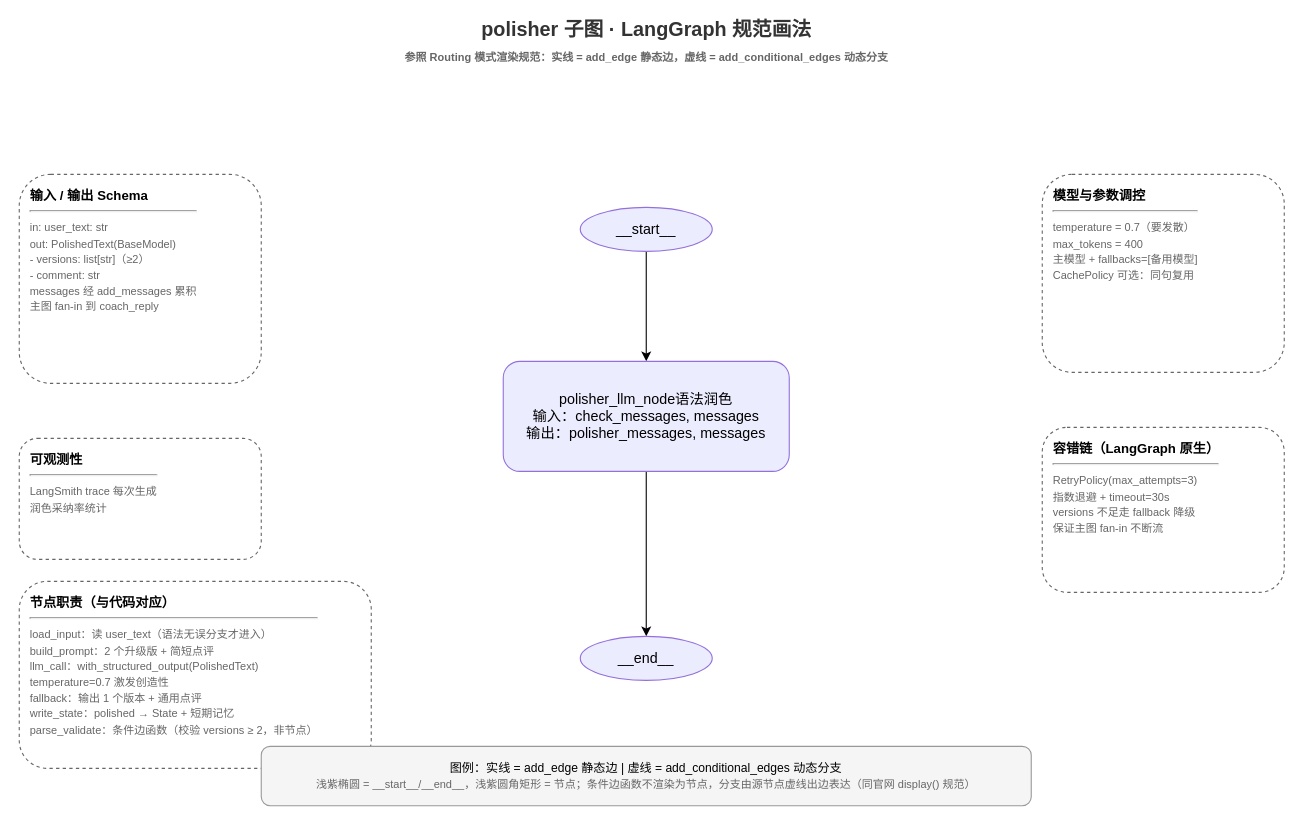
Earlier version of the draw.io diagram backend/src/talk_agent/document/polisher_subgraph.drawio (Ekko306/dialog-ai). Source tidied: cells renumbered, new cells numbered last; positions are measured from the earlier drawing's top-left corner, leaving out a move shared by most shapes. Both pictures are drawn from the tidied source at 110%, with x=0, y=0 at pixel (19, 20).
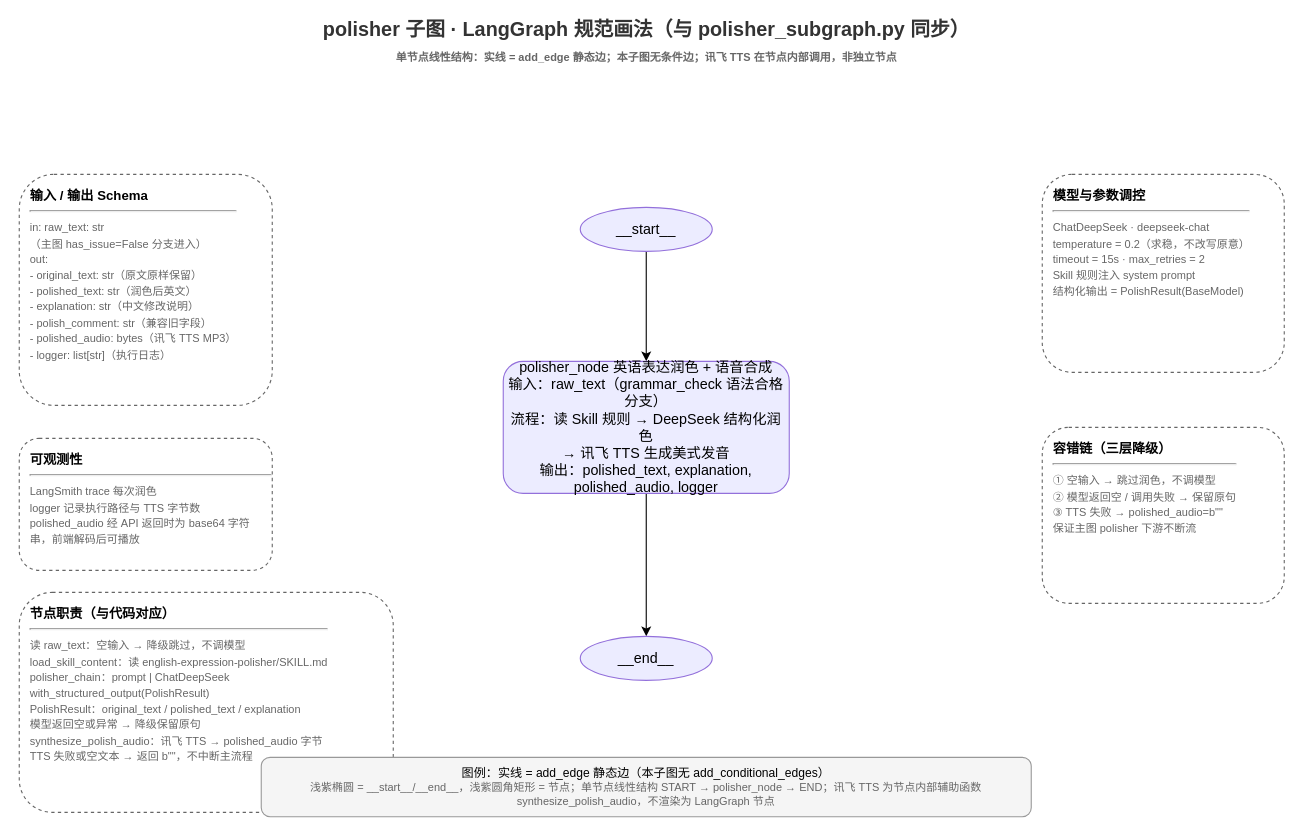
The same page after the edit.

Commit message:
docs: polisher 子图流程图同步代码（单节点+讯飞TTS语音输出）

What changed in the source:
```diff
@@
 <mxGraphModel background="#FFFFFF">
   <root>
     <mxCell id="0" />
     <mxCell id="1" parent="0" />
-    <mxCell id="2" value="polisher 子图 · LangGraph 规范画法&lt;br&gt;&lt;font style=&quot;font-size:10px&quot; color=&quot;#666666&quot;&gt;参照 Routing 模式渲染规范：实线 = add_edge 静态边，虚线 = add_conditional_edges 动态分支&lt;/font&gt;" style="text;html=1;align=center;verticalAlign=middle;fontSize=18;fontStyle=1;fontColor=#333333;" parent="1" vertex="1">
+    <mxCell id="2" value="polisher 子图 · LangGraph 规范画法（与 polisher_subgraph.py 同步）&lt;br&gt;&lt;font style=&quot;font-size:10px&quot; color=&quot;#666666&quot;&gt;单节点线性结构：实线 = add_edge 静态边；本子图无条件边；讯飞 TTS 在节点内部调用，非独立节点&lt;/font&gt;" style="text;html=1;align=center;verticalAlign=middle;fontSize=18;fontStyle=1;fontColor=#333333;" parent="1" vertex="1">
       <mxGeometry x="290" width="560" height="40" as="geometry" />
     </mxCell>
-    <mxCell id="3" style="edgeStyle=none;html=1;entryX=0.5;entryY=0;entryDx=0;entryDy=0;" parent="1" edge="1" source="4" target="6">
+    <mxCell id="3" style="edgeStyle=none;html=1;entryX=0.5;entryY=0;entryDx=0;entryDy=0;" parent="1" edge="1" source="4" target="14">
       <mxGeometry relative="1" as="geometry" />
     </mxCell>
     <mxCell id="4" value="__start__" style="ellipse;whiteSpace=wrap;html=1;fillColor=#ECECFF;strokeColor=#9370DB;fontSize=13;" parent="1" vertex="1">
       <mxGeometry x="510" y="170" width="120" height="40" as="geometry" />
     </mxCell>
-    <mxCell id="5" style="edgeStyle=none;html=1;entryX=0.5;entryY=0;entryDx=0;entryDy=0;" parent="1" edge="1" source="6" target="7">
+    <mxCell id="5" style="edgeStyle=none;html=1;entryX=0.5;entryY=0;entryDx=0;entryDy=0;" parent="1" edge="1" source="14" target="7">
       <mxGeometry relative="1" as="geometry" />
     </mxCell>
-    <mxCell id="6" value="polisher_llm_node语法润色&lt;br&gt;输入：check_messages, messages&lt;br&gt;输出：polisher_messages, messages" style="rounded=1;whiteSpace=wrap;html=1;fillColor=#ECECFF;strokeColor=#9370DB;fontSize=13;" parent="1" vertex="1">
-      <mxGeometry x="440" y="310" width="260" height="100" as="geometry" />
-    </mxCell>
+    <mxCell id="14" value="polisher_node 英语表达润色 + 语音合成&lt;br&gt;输入：raw_text（grammar_check 语法合格分支）&lt;br&gt;流程：读 Skill 规则 → DeepSeek 结构化润色&lt;br&gt;→ 讯飞 TTS 生成美式发音&lt;br&gt;输出：polished_text, explanation, polished_audio, logger" style="rounded=1;whiteSpace=wrap;html=1;fillColor=#ECECFF;strokeColor=#9370DB;fontSize=13;" parent="1" vertex="1">
+      <mxGeometry x="440" y="310" width="260" height="120" as="geometry" />
+    </mxCell>
     <mxCell id="7" value="__end__" style="ellipse;whiteSpace=wrap;html=1;fillColor=#ECECFF;strokeColor=#9370DB;fontSize=13;" parent="1" vertex="1">
       <mxGeometry x="510" y="560" width="120" height="40" as="geometry" />
     </mxCell>
-    <mxCell id="8" value="&lt;b&gt;输入 / 输出 Schema&lt;/b&gt;&lt;hr&gt;&lt;font style=&quot;font-size:10px&quot; color=&quot;#666666&quot;&gt;in: user_text: str&lt;br&gt;out: PolishedText(BaseModel)&lt;br&gt;- versions: list[str]（≥2）&lt;br&gt;- comment: str&lt;br&gt;messages 经 add_messages 累积&lt;br&gt;主图 fan-in 到 coach_reply&lt;/font&gt;" style="rounded=1;whiteSpace=wrap;html=1;dashed=1;fillColor=none;strokeColor=#666666;align=left;verticalAlign=top;fontSize=12;spacingLeft=8;spacingTop=6;" parent="1" vertex="1">
-      <mxGeometry y="140" width="220" height="190" as="geometry" />
+    <mxCell id="8" value="&lt;b&gt;输入 / 输出 Schema&lt;/b&gt;&lt;hr&gt;&lt;font style=&quot;font-size:10px&quot; color=&quot;#666666&quot;&gt;in: raw_text: str&lt;br&gt;（主图 has_issue=False 分支进入）&lt;br&gt;out:&lt;br&gt;- original_text: str（原文原样保留）&lt;br&gt;- polished_text: str（润色后英文）&lt;br&gt;- explanation: str（中文修改说明）&lt;br&gt;- polish_comment: str（兼容旧字段）&lt;br&gt;- polished_audio: bytes（讯飞 TTS MP3）&lt;br&gt;- logger: list[str]（执行日志）&lt;/font&gt;" style="rounded=1;whiteSpace=wrap;html=1;dashed=1;fillColor=none;strokeColor=#666666;align=left;verticalAlign=top;fontSize=12;spacingLeft=8;spacingTop=6;" parent="1" vertex="1">
+      <mxGeometry y="140" width="230" height="210" as="geometry" />
     </mxCell>
-    <mxCell id="9" value="&lt;b&gt;可观测性&lt;/b&gt;&lt;hr&gt;&lt;font style=&quot;font-size:10px&quot; color=&quot;#666666&quot;&gt;LangSmith trace 每次生成&lt;br&gt;润色采纳率统计&lt;/font&gt;" style="rounded=1;whiteSpace=wrap;html=1;dashed=1;fillColor=none;strokeColor=#666666;align=left;verticalAlign=top;fontSize=12;spacingLeft=8;spacingTop=6;" parent="1" vertex="1">
-      <mxGeometry y="380" width="220" height="110" as="geometry" />
+    <mxCell id="9" value="&lt;b&gt;可观测性&lt;/b&gt;&lt;hr&gt;&lt;font style=&quot;font-size:10px&quot; color=&quot;#666666&quot;&gt;LangSmith trace 每次润色&lt;br&gt;logger 记录执行路径与 TTS 字节数&lt;br&gt;polished_audio 经 API 返回时为 base64 字符串，前端解码后可播放&lt;/font&gt;" style="rounded=1;whiteSpace=wrap;html=1;dashed=1;fillColor=none;strokeColor=#666666;align=left;verticalAlign=top;fontSize=12;spacingLeft=8;spacingTop=6;" parent="1" vertex="1">
+      <mxGeometry y="380" width="230" height="120" as="geometry" />
     </mxCell>
-    <mxCell id="10" value="&lt;b&gt;节点职责（与代码对应）&lt;/b&gt;&lt;hr&gt;&lt;font style=&quot;font-size:10px&quot; color=&quot;#666666&quot;&gt;load_input：读 user_text（语法无误分支才进入）&lt;br&gt;build_prompt：2 个升级版 + 简短点评&lt;br&gt;llm_call：with_structured_output(PolishedText)&lt;br&gt;temperature=0.7 激发创造性&lt;br&gt;fallback：输出 1 个版本 + 通用点评&lt;br&gt;write_state：polished → State + 短期记忆&lt;br&gt;parse_validate：条件边函数（校验 versions ≥ 2，非节点）&lt;/font&gt;" style="rounded=1;whiteSpace=wrap;html=1;dashed=1;fillColor=none;strokeColor=#666666;align=left;verticalAlign=top;fontSize=12;spacingLeft=8;spacingTop=6;" parent="1" vertex="1">
-      <mxGeometry y="510" width="320" height="170" as="geometry" />
+    <mxCell id="10" value="&lt;b&gt;节点职责（与代码对应）&lt;/b&gt;&lt;hr&gt;&lt;font style=&quot;font-size:10px&quot; color=&quot;#666666&quot;&gt;读 raw_text：空输入 → 降级跳过，不调模型&lt;br&gt;load_skill_content：读 english-expression-polisher/SKILL.md&lt;br&gt;polisher_chain：prompt | ChatDeepSeek&lt;br&gt;with_structured_output(PolishResult)&lt;br&gt;PolishResult：original_text / polished_text / explanation&lt;br&gt;模型返回空或异常 → 降级保留原句&lt;br&gt;synthesize_polish_audio：讯飞 TTS → polished_audio 字节&lt;br&gt;TTS 失败或空文本 → 返回 b&quot;&quot;，不中断主流程&lt;/font&gt;" style="rounded=1;whiteSpace=wrap;html=1;dashed=1;fillColor=none;strokeColor=#666666;align=left;verticalAlign=top;fontSize=12;spacingLeft=8;spacingTop=6;" parent="1" vertex="1">
+      <mxGeometry y="520" width="340" height="200" as="geometry" />
     </mxCell>
-    <mxCell id="11" value="&lt;b&gt;模型与参数调控&lt;/b&gt;&lt;hr&gt;&lt;font style=&quot;font-size:10px&quot; color=&quot;#666666&quot;&gt;temperature = 0.7（要发散）&lt;br&gt;max_tokens = 400&lt;br&gt;主模型 + fallbacks=[备用模型]&lt;br&gt;CachePolicy 可选：同句复用&lt;/font&gt;" style="rounded=1;whiteSpace=wrap;html=1;dashed=1;fillColor=none;strokeColor=#666666;align=left;verticalAlign=top;fontSize=12;spacingLeft=8;spacingTop=6;" parent="1" vertex="1">
+    <mxCell id="11" value="&lt;b&gt;模型与参数调控&lt;/b&gt;&lt;hr&gt;&lt;font style=&quot;font-size:10px&quot; color=&quot;#666666&quot;&gt;ChatDeepSeek · deepseek-chat&lt;br&gt;temperature = 0.2（求稳，不改写原意）&lt;br&gt;timeout = 15s · max_retries = 2&lt;br&gt;Skill 规则注入 system prompt&lt;br&gt;结构化输出 = PolishResult(BaseModel)&lt;/font&gt;" style="rounded=1;whiteSpace=wrap;html=1;dashed=1;fillColor=none;strokeColor=#666666;align=left;verticalAlign=top;fontSize=12;spacingLeft=8;spacingTop=6;" parent="1" vertex="1">
       <mxGeometry x="930" y="140" width="220" height="180" as="geometry" />
     </mxCell>
-    <mxCell id="12" value="&lt;b&gt;容错链（LangGraph 原生）&lt;/b&gt;&lt;hr&gt;&lt;font style=&quot;font-size:10px&quot; color=&quot;#666666&quot;&gt;RetryPolicy(max_attempts=3)&lt;br&gt;指数退避 + timeout=30s&lt;br&gt;versions 不足走 fallback 降级&lt;br&gt;保证主图 fan-in 不断流&lt;/font&gt;" style="rounded=1;whiteSpace=wrap;html=1;dashed=1;fillColor=none;strokeColor=#666666;align=left;verticalAlign=top;fontSize=12;spacingLeft=8;spacingTop=6;" parent="1" vertex="1">
-      <mxGeometry x="930" y="370" width="220" height="150" as="geometry" />
+    <mxCell id="12" value="&lt;b&gt;容错链（三层降级）&lt;/b&gt;&lt;hr&gt;&lt;font style=&quot;font-size:10px&quot; color=&quot;#666666&quot;&gt;① 空输入 → 跳过润色，不调模型&lt;br&gt;② 模型返回空 / 调用失败 → 保留原句&lt;br&gt;③ TTS 失败 → polished_audio=b&quot;&quot;&lt;br&gt;保证主图 polisher 下游不断流&lt;/font&gt;" style="rounded=1;whiteSpace=wrap;html=1;dashed=1;fillColor=none;strokeColor=#666666;align=left;verticalAlign=top;fontSize=12;spacingLeft=8;spacingTop=6;" parent="1" vertex="1">
+      <mxGeometry x="930" y="370" width="220" height="160" as="geometry" />
     </mxCell>
-    <mxCell id="13" value="图例：实线 = add_edge 静态边  |  虚线 = add_conditional_edges 动态分支&lt;br&gt;&lt;font style=&quot;font-size:10px&quot; color=&quot;#666666&quot;&gt;浅紫椭圆 = __start__/__end__，浅紫圆角矩形 = 节点；条件边函数不渲染为节点，分支由源节点虚线出边表达（同官网 display() 规范）&lt;/font&gt;" style="rounded=1;whiteSpace=wrap;html=1;fillColor=#f5f5f5;strokeColor=#999999;fontSize=11;align=center;" parent="1" vertex="1">
-      <mxGeometry x="220" y="660" width="700" height="54" as="geometry" />
+    <mxCell id="13" value="图例：实线 = add_edge 静态边（本子图无 add_conditional_edges）&lt;br&gt;&lt;font style=&quot;font-size:10px&quot; color=&quot;#666666&quot;&gt;浅紫椭圆 = __start__/__end__，浅紫圆角矩形 = 节点；单节点线性结构 START → polisher_node → END；讯飞 TTS 为节点内部辅助函数 synthesize_polish_audio，不渲染为 LangGraph 节点&lt;/font&gt;" style="rounded=1;whiteSpace=wrap;html=1;fillColor=#f5f5f5;strokeColor=#999999;fontSize=11;align=center;" parent="1" vertex="1">
+      <mxGeometry x="220" y="670" width="700" height="54" as="geometry" />
     </mxCell>
   </root>
 </mxGraphModel>
```
